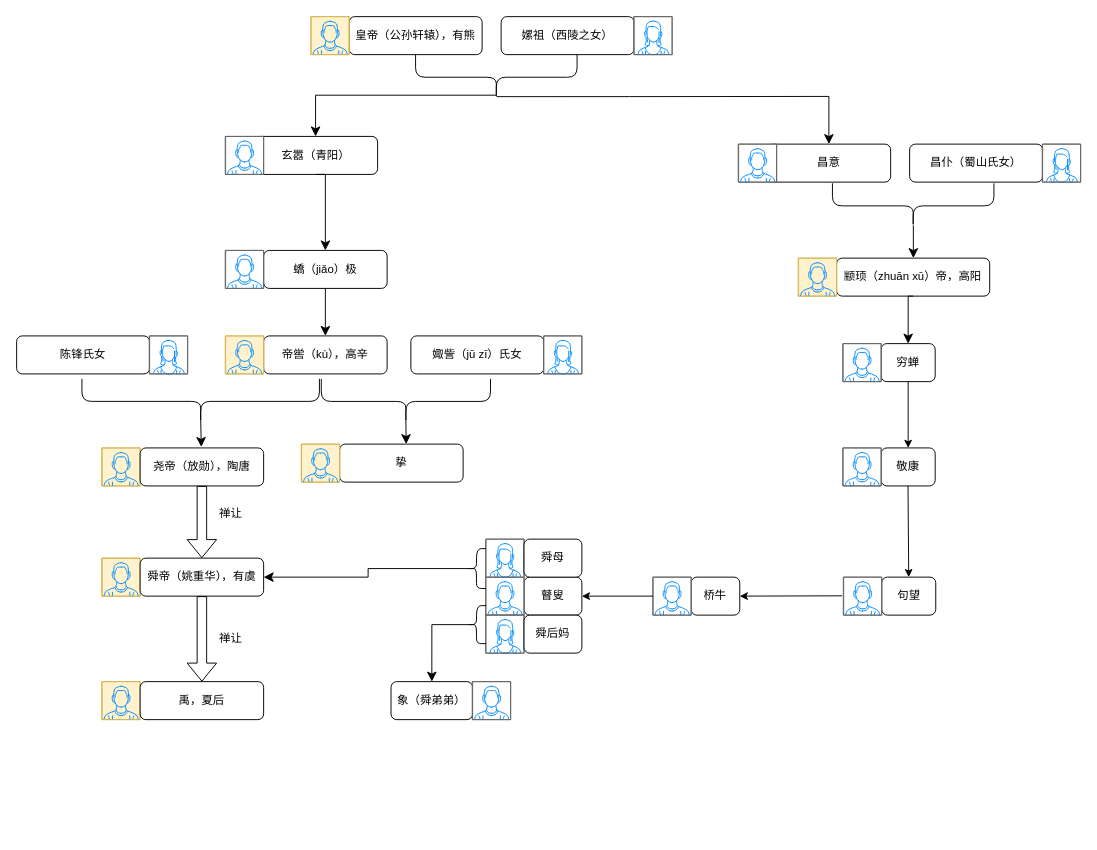
Zhu-junwei/- keeps this draw.io diagram as 人物关系/人物.drawio. Above is the earlier version. Source tidied: cells renumbered, new cells numbered last; positions are measured from the earlier drawing's top-left corner, leaving out a move shared by most shapes. Both pictures are drawn from the tidied source at 95%, with x=0, y=0 at pixel (16, -4).
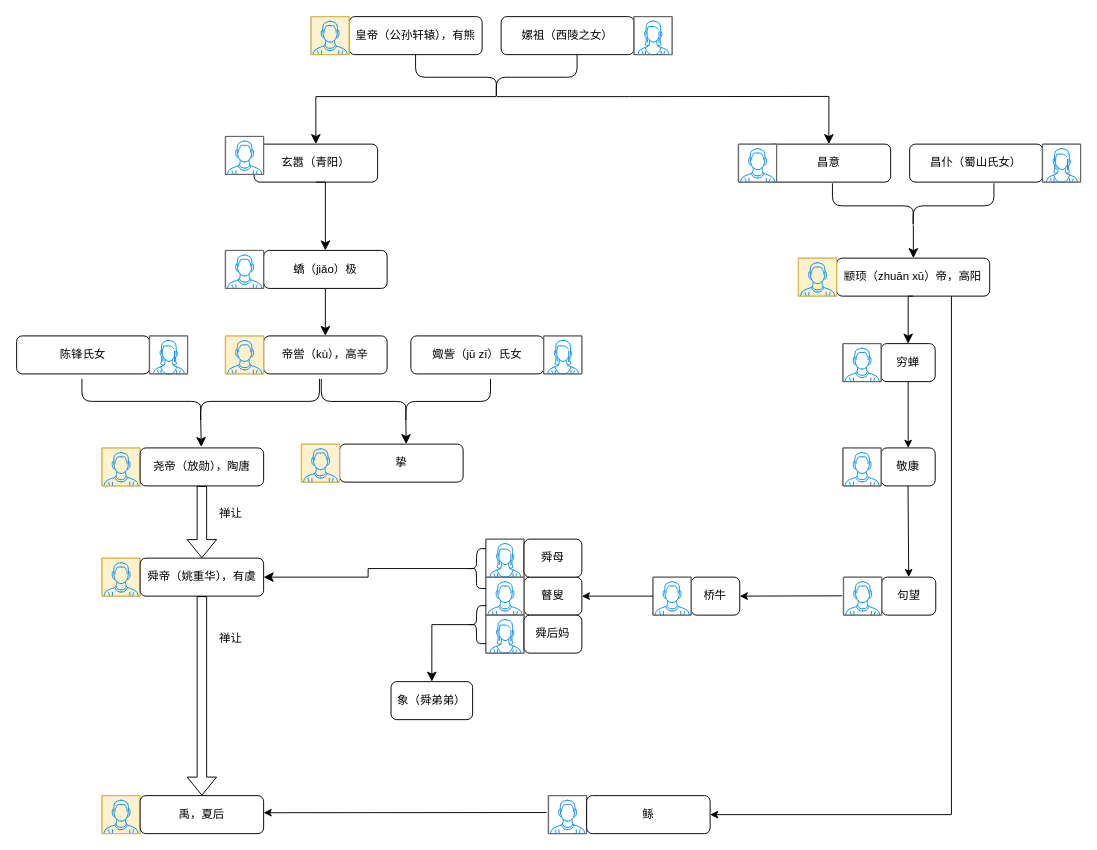
After the change.

The change refers to these unchanged cells:
```xml
<mxCell id="12" style="shape=curlyBracket;whiteSpace=wrap;html=1;rounded=1;flipH=1;labelPosition=right;verticalLabelPosition=middle;align=left;verticalAlign=middle;rotation=90;" parent="1" vertex="1">
  <mxGeometry x="481.2" y="-0.2" width="47.5" height="170" as="geometry" />
</mxCell>
<mxCell id="16" value="颛顼（zhuān xū）帝，高阳" style="rounded=1;whiteSpace=wrap;html=1;" parent="1" vertex="1">
  <mxGeometry x="863.1" y="275.2" width="161.2" height="40" as="geometry" />
</mxCell>
```

The edit, as a diff of the source:
```diff
@@
     <mxCell id="6" value="玄嚣（青阳）" style="rounded=1;whiteSpace=wrap;html=1;" parent="1" vertex="1">
-      <mxGeometry x="250" y="147.1" width="130" height="40" as="geometry" />
+      <mxGeometry x="250" y="155.2" width="130" height="40" as="geometry" />
     </mxCell>
@@
-    <mxCell id="13" style="edgeStyle=segmentEdgeStyle;endArrow=classic;html=1;curved=0;rounded=0;endSize=8;startSize=8;exitX=0.1;exitY=0.5;exitDx=0;exitDy=0;exitPerimeter=0;entryX=0.5;entryY=0;entryDx=0;entryDy=0;" parent="1" edge="1">
-      <mxGeometry relative="1" as="geometry">
-        <mxPoint x="504.7" y="103.7" as="sourcePoint" />
-        <mxPoint x="314.7" y="147.1" as="targetPoint" />
-      </mxGeometry>
+    <mxCell id="13" style="edgeStyle=segmentEdgeStyle;endArrow=classic;html=1;curved=0;rounded=0;endSize=8;startSize=8;entryX=0.5;entryY=0;entryDx=0;entryDy=0;exitX=0.071;exitY=0.502;exitDx=0;exitDy=0;exitPerimeter=0;" parent="1" edge="1" source="12" target="6">
+      <mxGeometry relative="1" as="geometry" />
     </mxCell>
@@
     <mxCell id="64" style="verticalLabelPosition=bottom;shadow=0;dashed=0;align=center;html=1;verticalAlign=top;strokeWidth=1;shape=mxgraph.mockup.containers.userMale;strokeColor=#666666;strokeColor2=#008cff;" parent="1" vertex="1">
-      <mxGeometry x="480" y="721" width="40" height="40" as="geometry" />
+      <mxGeometry x="560" y="841" width="40" height="40" as="geometry" />
     </mxCell>
@@
     <mxCell id="66" style="verticalLabelPosition=bottom;shadow=0;dashed=0;align=center;html=1;verticalAlign=top;strokeWidth=1;shape=mxgraph.mockup.containers.userMale;strokeColor=#d6b656;strokeColor2=#008cff;fillColor=#fff2cc;" parent="1" vertex="1">
-      <mxGeometry x="90" y="721" width="40" height="40" as="geometry" />
+      <mxGeometry x="90" y="841" width="40" height="40" as="geometry" />
     </mxCell>
     <mxCell id="67" value="禹，夏后" style="rounded=1;whiteSpace=wrap;html=1;" parent="1" vertex="1">
-      <mxGeometry x="130" y="721" width="130" height="40" as="geometry" />
+      <mxGeometry x="130" y="841" width="130" height="40" as="geometry" />
     </mxCell>
@@
+    <mxCell id="70" value="鲧" style="rounded=1;whiteSpace=wrap;html=1;" parent="1" vertex="1">
+      <mxGeometry x="600" y="841" width="130" height="40" as="geometry" />
+    </mxCell>
+    <mxCell id="71" style="endArrow=classic;html=1;rounded=0;exitX=-0.056;exitY=0.444;exitDx=0;exitDy=0;exitPerimeter=0;" parent="1" edge="1">
+      <mxGeometry relative="1" as="geometry">
+        <mxPoint x="557.8" y="858.8" as="sourcePoint" />
+        <mxPoint x="260" y="859" as="targetPoint" />
+      </mxGeometry>
+    </mxCell>
+    <mxCell id="72" style="endArrow=classic;html=1;rounded=0;exitX=0.75;exitY=1;exitDx=0;exitDy=0;entryX=1;entryY=0.5;entryDx=0;entryDy=0;" parent="1" edge="1" source="16" target="70">
+      <mxGeometry relative="1" as="geometry">
+        <Array as="points">
+          <mxPoint x="984" y="861" />
+        </Array>
+      </mxGeometry>
+    </mxCell>
```
